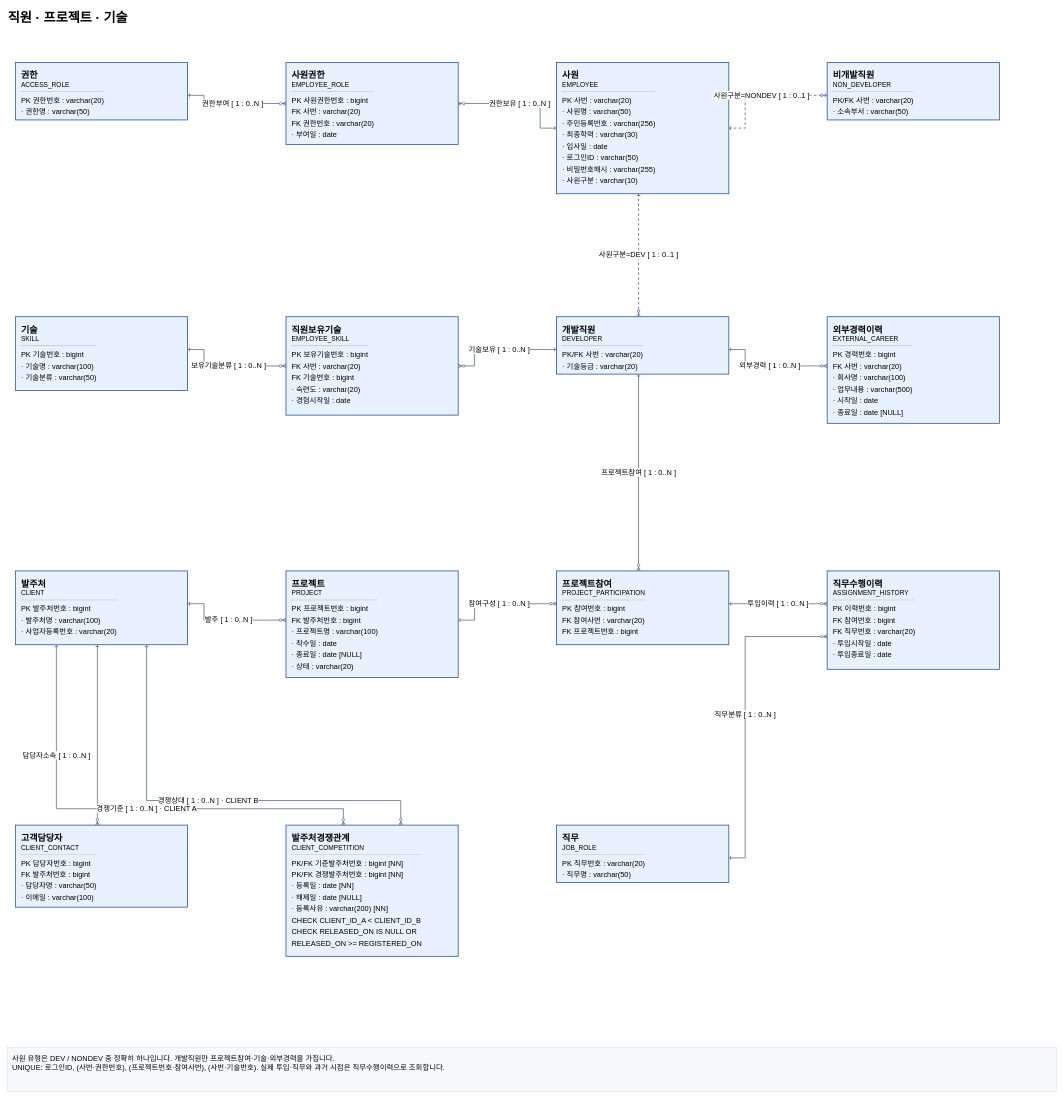
Before: page "직원 · 프로젝트 · 기술" (2 of 4) of docs/erd/SI_workforce_통합_ERD.drawio in LeeChangbog/si-workforce-management, a draw.io diagram. Source tidied: cells renumbered, new cells numbered last; positions are measured from the earlier drawing's top-left corner, leaving out a move shared by most shapes. Both pictures are drawn from the tidied source at 41%, with x=0, y=0 at pixel (7, 7).
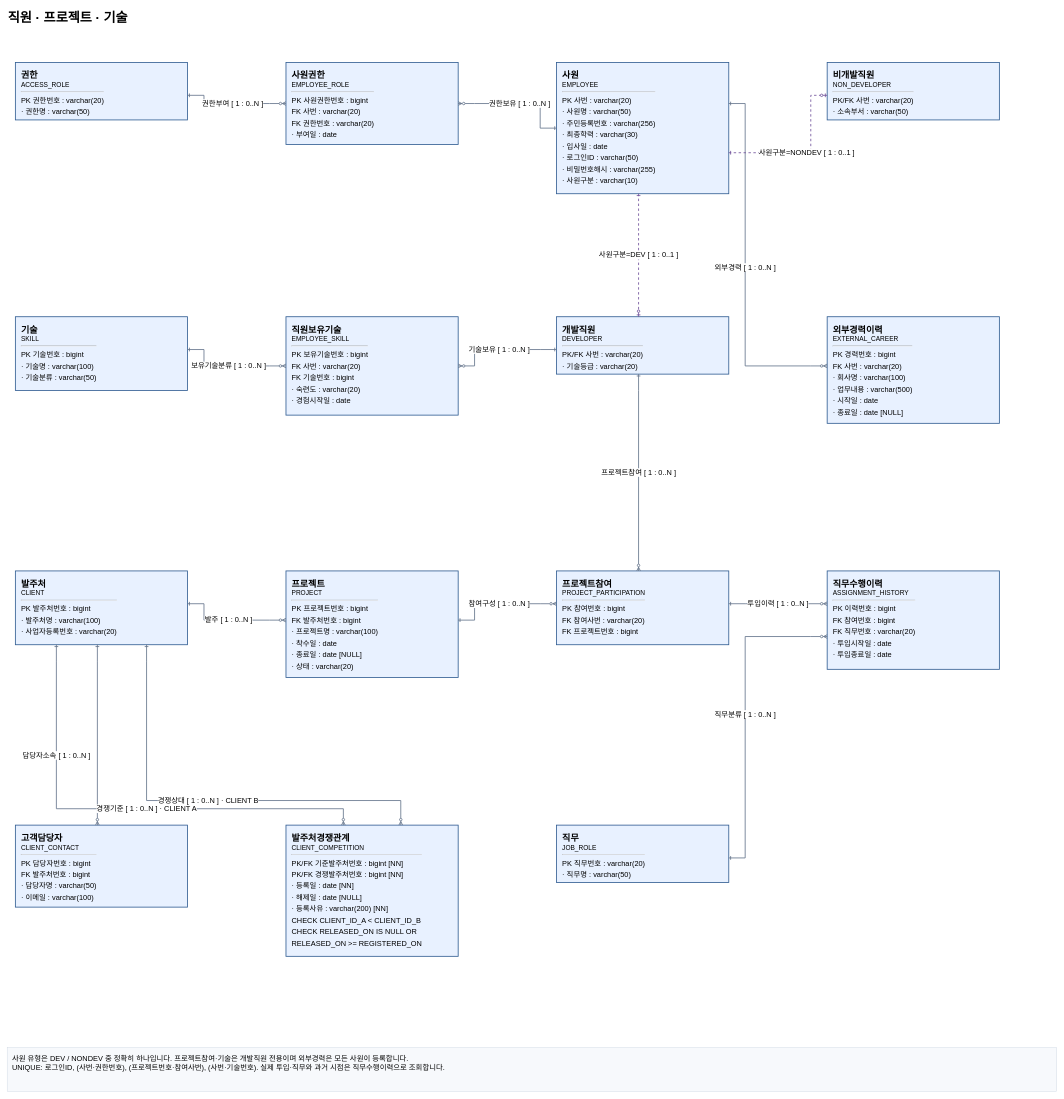
The same diagram, later.

Unchanged cells that the change refers to:
```xml
<mxCell id="5" value="&lt;div style=&quot;font-size:22px;font-weight:bold&quot;&gt;사원&lt;/div&gt;&lt;div style=&quot;font-size:16px&quot;&gt;EMPLOYEE&lt;/div&gt;&lt;hr&gt;&lt;div style=&quot;font-size:18px;line-height:28px&quot;&gt;PK  사번 : varchar(20)&lt;/div&gt;&lt;div style=&quot;font-size:18px;line-height:28px&quot;&gt;·  사원명 : varchar(50)&lt;/div&gt;&lt;div style=&quot;font-size:18px;line-height:28px&quot;&gt;·  주민등록번호 : varchar(256)&lt;/div&gt;&lt;div style=&quot;font-size:18px;line-height:28px&quot;&gt;·  최종학력 : varchar(30)&lt;/div&gt;&lt;div style=&quot;font-size:18px;line-height:28px&quot;&gt;·  입사일 : date&lt;/div&gt;&lt;div style=&quot;font-size:18px;line-height:28px&quot;&gt;·  로그인ID : varchar(50)&lt;/div&gt;&lt;div style=&quot;font-size:18px;line-height:28px&quot;&gt;·  비밀번호해시 : varchar(255)&lt;/div&gt;&lt;div style=&quot;font-size:18px;line-height:28px&quot;&gt;·  사원구분 : varchar(10)&lt;/div&gt;" style="rounded=0;whiteSpace=wrap;html=1;align=left;verticalAlign=top;spacing=14;fontFamily=Malgun Gothic;fillColor=#e8f1ff;strokeColor=#315d92;strokeWidth=2;" parent="1" vertex="1">
  <mxGeometry x="1340" y="135" width="420" height="320" as="geometry" />
</mxCell>
<mxCell id="6" value="&lt;div style=&quot;font-size:22px;font-weight:bold&quot;&gt;비개발직원&lt;/div&gt;&lt;div style=&quot;font-size:16px&quot;&gt;NON_DEVELOPER&lt;/div&gt;&lt;hr&gt;&lt;div style=&quot;font-size:18px;line-height:28px&quot;&gt;PK/FK  사번 : varchar(20)&lt;/div&gt;&lt;div style=&quot;font-size:18px;line-height:28px&quot;&gt;·  소속부서 : varchar(50)&lt;/div&gt;" style="rounded=0;whiteSpace=wrap;html=1;align=left;verticalAlign=top;spacing=14;fontFamily=Malgun Gothic;fillColor=#e8f1ff;strokeColor=#315d92;strokeWidth=2;" parent="1" vertex="1">
  <mxGeometry x="2000" y="135" width="420" height="140" as="geometry" />
</mxCell>
<mxCell id="9" value="&lt;div style=&quot;font-size:22px;font-weight:bold&quot;&gt;개발직원&lt;/div&gt;&lt;div style=&quot;font-size:16px&quot;&gt;DEVELOPER&lt;/div&gt;&lt;hr&gt;&lt;div style=&quot;font-size:18px;line-height:28px&quot;&gt;PK/FK  사번 : varchar(20)&lt;/div&gt;&lt;div style=&quot;font-size:18px;line-height:28px&quot;&gt;·  기술등급 : varchar(20)&lt;/div&gt;" style="rounded=0;whiteSpace=wrap;html=1;align=left;verticalAlign=top;spacing=14;fontFamily=Malgun Gothic;fillColor=#e8f1ff;strokeColor=#315d92;strokeWidth=2;" parent="1" vertex="1">
  <mxGeometry x="1340" y="755" width="420" height="140" as="geometry" />
</mxCell>
<mxCell id="10" value="&lt;div style=&quot;font-size:22px;font-weight:bold&quot;&gt;외부경력이력&lt;/div&gt;&lt;div style=&quot;font-size:16px&quot;&gt;EXTERNAL_CAREER&lt;/div&gt;&lt;hr&gt;&lt;div style=&quot;font-size:18px;line-height:28px&quot;&gt;PK  경력번호 : bigint&lt;/div&gt;&lt;div style=&quot;font-size:18px;line-height:28px&quot;&gt;FK  사번 : varchar(20)&lt;/div&gt;&lt;div style=&quot;font-size:18px;line-height:28px&quot;&gt;·  회사명 : varchar(100)&lt;/div&gt;&lt;div style=&quot;font-size:18px;line-height:28px&quot;&gt;·  업무내용 : varchar(500)&lt;/div&gt;&lt;div style=&quot;font-size:18px;line-height:28px&quot;&gt;·  시작일 : date&lt;/div&gt;&lt;div style=&quot;font-size:18px;line-height:28px&quot;&gt;·  종료일 : date [NULL]&lt;/div&gt;" style="rounded=0;whiteSpace=wrap;html=1;align=left;verticalAlign=top;spacing=14;fontFamily=Malgun Gothic;fillColor=#e8f1ff;strokeColor=#315d92;strokeWidth=2;" parent="1" vertex="1">
  <mxGeometry x="2000" y="755" width="420" height="260" as="geometry" />
</mxCell>
```

The edit, as a diff of the source:
```diff
@@
-    <mxCell id="28" value="외부경력  [ 1 : 0..N ]" style="edgeStyle=orthogonalEdgeStyle;rounded=0;html=1;fontSize=18;fontFamily=Malgun Gothic;labelBackgroundColor=#ffffff;startArrow=ERone;endArrow=ERzeroToMany;startFill=0;endFill=0;strokeColor=#64748b;strokeWidth=2;exitX=1.0;exitY=0.5714285714285714;entryX=0.0;entryY=0.46153846153846156;" parent="1" edge="1" source="9" target="10">
+    <mxCell id="28" value="외부경력  [ 1 : 0..N ]" style="edgeStyle=orthogonalEdgeStyle;rounded=0;html=1;fontSize=18;fontFamily=Malgun Gothic;labelBackgroundColor=#ffffff;startArrow=ERone;endArrow=ERzeroToMany;startFill=0;endFill=0;strokeColor=#64748b;strokeWidth=2;exitX=1.0;exitY=0.3125;entryX=0.0;entryY=0.46153846153846156;" parent="1" edge="1" source="5" target="10">
       <mxGeometry relative="1" as="geometry">
         <Array as="points">
-          <mxPoint x="1800" y="835" />
+          <mxPoint x="1800" y="235" />
           <mxPoint x="1800" y="875" />
           <mxPoint x="1960" y="875" />
         </Array>
       </mxGeometry>
     </mxCell>
@@
-    <mxCell id="32" value="사원구분=NONDEV  [ 1 : 0..1 ]" style="edgeStyle=orthogonalEdgeStyle;rounded=0;html=1;fontSize=18;fontFamily=Malgun Gothic;labelBackgroundColor=#ffffff;startArrow=ERone;endArrow=ERzeroToOne;startFill=0;endFill=0;strokeColor=#64748b;strokeWidth=2;exitX=1.0;exitY=0.5;entryX=0.0;entryY=0.5714285714285714;dashed=1;strokeColor=#70519b;" parent="1" edge="1" source="5" target="6">
+    <mxCell id="32" value="사원구분=NONDEV  [ 1 : 0..1 ]" style="edgeStyle=orthogonalEdgeStyle;rounded=0;html=1;fontSize=18;fontFamily=Malgun Gothic;labelBackgroundColor=#ffffff;startArrow=ERone;endArrow=ERzeroToOne;startFill=0;endFill=0;strokeColor=#64748b;strokeWidth=2;exitX=1.0;exitY=0.6875;entryX=0.0;entryY=0.5714285714285714;dashed=1;strokeColor=#70519b;" parent="1" edge="1" source="5" target="6">
       <mxGeometry relative="1" as="geometry">
         <Array as="points">
-          <mxPoint x="1800" y="295" />
-          <mxPoint x="1800" y="215" />
+          <mxPoint x="1800" y="355" />
+          <mxPoint x="1960" y="355" />
           <mxPoint x="1960" y="215" />
         </Array>
       </mxGeometry>
     </mxCell>
-    <mxCell id="33" value="사원 유형은 DEV / NONDEV 중 정확히 하나입니다. 개발직원만 프로젝트참여·기술·외부경력을 가집니다.&lt;br&gt;UNIQUE: 로그인ID, (사번·권한번호), (프로젝트번호·참여사번), (사번·기술번호). 실제 투입·직무와 과거 시점은 직무수행이력으로 조회합니다." style="rounded=0;whiteSpace=wrap;html=1;align=left;verticalAlign=top;spacing=12;fontSize=18;fontFamily=Malgun Gothic;fillColor=#f7f9fc;strokeColor=#cbd5e1;" parent="1" vertex="1">
+    <mxCell id="33" value="사원 유형은 DEV / NONDEV 중 정확히 하나입니다. 프로젝트참여·기술은 개발직원 전용이며 외부경력은 모든 사원이 등록합니다.&lt;br&gt;UNIQUE: 로그인ID, (사번·권한번호), (프로젝트번호·참여사번), (사번·기술번호). 실제 투입·직무와 과거 시점은 직무수행이력으로 조회합니다." style="rounded=0;whiteSpace=wrap;html=1;align=left;verticalAlign=top;spacing=12;fontSize=18;fontFamily=Malgun Gothic;fillColor=#f7f9fc;strokeColor=#cbd5e1;" parent="1" vertex="1">
       <mxGeometry y="2537" width="2560" height="108" as="geometry" />
     </mxCell>
```
